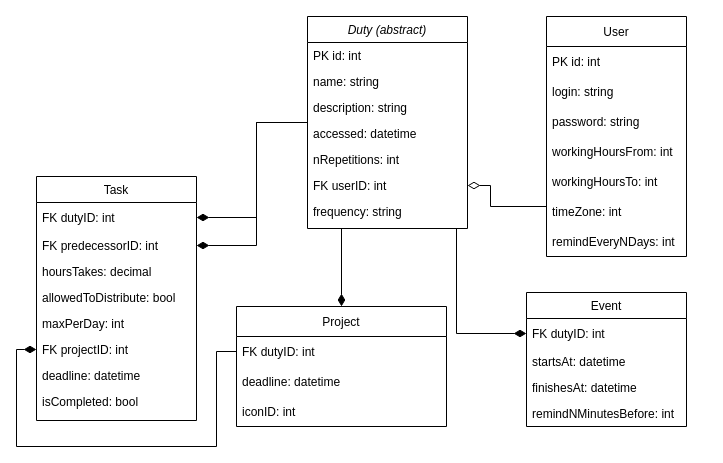
Before: ProjFiles/DBDiagram.drawio in eukuz/ChadWebCalendar, a draw.io diagram. Source tidied: cells renumbered, new cells numbered last; positions are measured from the earlier drawing's top-left corner, leaving out a move shared by most shapes. Both pictures are drawn from the tidied source at 100%, with x=0, y=0 at pixel (16, 16).
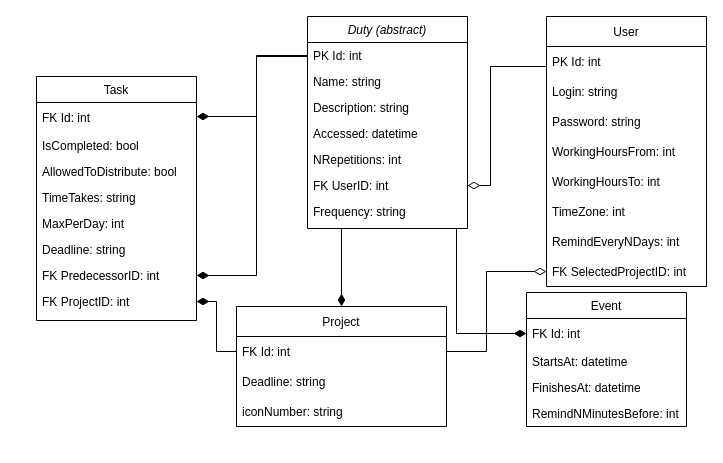
Above is the later version.

Unchanged cells that the change refers to:
```xml
<mxCell id="13" value="Event" style="swimlane;fontStyle=0;align=center;verticalAlign=top;horizontal=1;startSize=26;rounded=0;shadow=0;strokeWidth=1;" parent="1" vertex="1">
  <mxGeometry x="510" y="276" width="160" height="134" as="geometry" />
</mxCell>
<mxCell id="19" value="Duty (abstract)" style="swimlane;fontStyle=2;align=center;verticalAlign=top;horizontal=1;startSize=26;rounded=0;shadow=0;strokeWidth=1;" parent="1" vertex="1">
  <mxGeometry x="291" width="160" height="212" as="geometry" />
</mxCell>
<mxCell id="28" value="Project" style="swimlane;fontStyle=0;horizontal=1;startSize=30;" parent="1" vertex="1">
  <mxGeometry x="220" y="290" width="210" height="120" as="geometry" />
</mxCell>
```

What changed in the source:
```diff
@@
-    <mxCell id="3" style="endArrow=none;endSize=10;endFill=0;shadow=0;strokeWidth=1;rounded=0;edgeStyle=orthogonalEdgeStyle;elbow=vertical;startArrow=diamondThin;startFill=1;orthogonal=1;startSize=10;exitX=1;exitY=0.5;exitDx=0;exitDy=0;" parent="1" edge="1" source="5" target="19">
-      <mxGeometry relative="1" as="geometry">
-        <Array as="points">
-          <mxPoint x="240" y="201" />
-          <mxPoint x="240" y="106" />
-        </Array>
-      </mxGeometry>
-    </mxCell>
     <mxCell id="4" value="Task" style="swimlane;fontStyle=0;align=center;verticalAlign=top;horizontal=1;startSize=26;rounded=0;shadow=0;strokeWidth=1;" parent="1" vertex="1">
-      <mxGeometry x="20" y="160" width="160" height="244" as="geometry" />
+      <mxGeometry x="20" y="60" width="160" height="244" as="geometry" />
     </mxCell>
-    <mxCell id="5" value="FK dutyID: int" style="text;strokeColor=none;fillColor=none;align=left;verticalAlign=middle;spacingLeft=4;spacingRight=4;overflow=hidden;points=[[0,0.5],[1,0.5]];portConstraint=eastwest;" parent="4" vertex="1">
+    <mxCell id="5" value="FK Id: int" style="text;strokeColor=none;fillColor=none;align=left;verticalAlign=middle;spacingLeft=4;spacingRight=4;overflow=hidden;points=[[0,0.5],[1,0.5]];portConstraint=eastwest;" parent="4" vertex="1">
       <mxGeometry y="26" width="160" height="30" as="geometry" />
     </mxCell>
+    <mxCell id="12" value="IsCompleted: bool" style="text;align=left;verticalAlign=top;spacingLeft=4;spacingRight=4;overflow=hidden;rounded=0;shadow=0;html=0;" parent="4" vertex="1">
+      <mxGeometry y="56" width="160" height="26" as="geometry" />
+    </mxCell>
+    <mxCell id="8" value="AllowedToDistribute: bool" style="text;align=left;verticalAlign=top;spacingLeft=4;spacingRight=4;overflow=hidden;rounded=0;shadow=0;html=0;" parent="4" vertex="1">
+      <mxGeometry y="82" width="160" height="26" as="geometry" />
+    </mxCell>
+    <mxCell id="7" value="TimeTakes: string" style="text;align=left;verticalAlign=top;spacingLeft=4;spacingRight=4;overflow=hidden;rounded=0;shadow=0;html=0;" parent="4" vertex="1">
+      <mxGeometry y="108" width="160" height="26" as="geometry" />
+    </mxCell>
+    <mxCell id="9" value="MaxPerDay: int" style="text;align=left;verticalAlign=top;spacingLeft=4;spacingRight=4;overflow=hidden;rounded=0;shadow=0;html=0;" parent="4" vertex="1">
+      <mxGeometry y="134" width="160" height="26" as="geometry" />
+    </mxCell>
+    <mxCell id="11" value="Deadline: string" style="text;align=left;verticalAlign=top;spacingLeft=4;spacingRight=4;overflow=hidden;rounded=0;shadow=0;html=0;" parent="4" vertex="1">
+      <mxGeometry y="160" width="160" height="26" as="geometry" />
+    </mxCell>
-    <mxCell id="6" value="FK predecessorID: int" style="text;align=left;verticalAlign=top;spacingLeft=4;spacingRight=4;overflow=hidden;points=[[0,0.5],[1,0.5]];portConstraint=eastwest;rounded=0;shadow=0;html=0;" parent="4" vertex="1">
-      <mxGeometry y="56" width="160" height="26" as="geometry" />
+    <mxCell id="6" value="FK PredecessorID: int" style="text;align=left;verticalAlign=top;spacingLeft=4;spacingRight=4;overflow=hidden;points=[[0,0.5],[1,0.5]];portConstraint=eastwest;rounded=0;shadow=0;html=0;" parent="4" vertex="1">
+      <mxGeometry y="186" width="160" height="26" as="geometry" />
     </mxCell>
-    <mxCell id="7" value="hoursTakes: decimal" style="text;align=left;verticalAlign=top;spacingLeft=4;spacingRight=4;overflow=hidden;rounded=0;shadow=0;html=0;" parent="4" vertex="1">
-      <mxGeometry y="82" width="160" height="26" as="geometry" />
-    </mxCell>
-    <mxCell id="8" value="allowedToDistribute: bool" style="text;align=left;verticalAlign=top;spacingLeft=4;spacingRight=4;overflow=hidden;rounded=0;shadow=0;html=0;" parent="4" vertex="1">
-      <mxGeometry y="108" width="160" height="26" as="geometry" />
-    </mxCell>
-    <mxCell id="9" value="maxPerDay: int" style="text;align=left;verticalAlign=top;spacingLeft=4;spacingRight=4;overflow=hidden;rounded=0;shadow=0;html=0;" parent="4" vertex="1">
-      <mxGeometry y="134" width="160" height="26" as="geometry" />
-    </mxCell>
-    <mxCell id="10" value="FK projectID: int " style="text;align=left;verticalAlign=top;spacingLeft=4;spacingRight=4;overflow=hidden;points=[[0,0.5],[1,0.5]];portConstraint=eastwest;rounded=0;shadow=0;html=0;" parent="4" vertex="1">
-      <mxGeometry y="160" width="160" height="26" as="geometry" />
+    <mxCell id="10" value="FK ProjectID: int " style="text;align=left;verticalAlign=top;spacingLeft=4;spacingRight=4;overflow=hidden;points=[[0,0.5],[1,0.5]];portConstraint=eastwest;rounded=0;shadow=0;html=0;" parent="4" vertex="1">
+      <mxGeometry y="212" width="160" height="26" as="geometry" />
     </mxCell>
-    <mxCell id="11" value="deadline: datetime" style="text;align=left;verticalAlign=top;spacingLeft=4;spacingRight=4;overflow=hidden;rounded=0;shadow=0;html=0;" parent="4" vertex="1">
-      <mxGeometry y="186" width="160" height="26" as="geometry" />
-    </mxCell>
-    <mxCell id="12" value="isCompleted: bool" style="text;align=left;verticalAlign=top;spacingLeft=4;spacingRight=4;overflow=hidden;rounded=0;shadow=0;html=0;" parent="4" vertex="1">
-      <mxGeometry y="212" width="160" height="26" as="geometry" />
-    </mxCell>
@@
-    <mxCell id="14" value="FK dutyID: int" style="text;strokeColor=none;fillColor=none;align=left;verticalAlign=middle;spacingLeft=4;spacingRight=4;overflow=hidden;points=[[0,0.5],[1,0.5]];portConstraint=eastwest;" parent="13" vertex="1">
+    <mxCell id="14" value="FK Id: int" style="text;strokeColor=none;fillColor=none;align=left;verticalAlign=middle;spacingLeft=4;spacingRight=4;overflow=hidden;points=[[0,0.5],[1,0.5]];portConstraint=eastwest;" parent="13" vertex="1">
       <mxGeometry y="26" width="160" height="30" as="geometry" />
     </mxCell>
-    <mxCell id="15" value="startsAt: datetime" style="text;align=left;verticalAlign=top;spacingLeft=4;spacingRight=4;overflow=hidden;rounded=0;shadow=0;html=0;" parent="13" vertex="1">
+    <mxCell id="15" value="StartsAt: datetime" style="text;align=left;verticalAlign=top;spacingLeft=4;spacingRight=4;overflow=hidden;rounded=0;shadow=0;html=0;" parent="13" vertex="1">
       <mxGeometry y="56" width="160" height="26" as="geometry" />
     </mxCell>
-    <mxCell id="16" value="finishesAt: datetime" style="text;align=left;verticalAlign=top;spacingLeft=4;spacingRight=4;overflow=hidden;rounded=0;shadow=0;html=0;" parent="13" vertex="1">
+    <mxCell id="16" value="FinishesAt: datetime" style="text;align=left;verticalAlign=top;spacingLeft=4;spacingRight=4;overflow=hidden;rounded=0;shadow=0;html=0;" parent="13" vertex="1">
       <mxGeometry y="82" width="160" height="26" as="geometry" />
     </mxCell>
-    <mxCell id="17" value="remindNMinutesBefore: int" style="text;align=left;verticalAlign=top;spacingLeft=4;spacingRight=4;overflow=hidden;rounded=0;shadow=0;html=0;" parent="13" vertex="1">
+    <mxCell id="17" value="RemindNMinutesBefore: int" style="text;align=left;verticalAlign=top;spacingLeft=4;spacingRight=4;overflow=hidden;rounded=0;shadow=0;html=0;" parent="13" vertex="1">
       <mxGeometry y="108" width="160" height="26" as="geometry" />
     </mxCell>
     <mxCell id="18" style="edgeStyle=orthogonalEdgeStyle;rounded=0;jettySize=auto;html=1;startArrow=none;startFill=0;endArrow=diamondThin;endFill=1;orthogonal=1;strokeWidth=1;endSize=10;startSize=10;" parent="1" edge="1" source="19" target="6">
       <mxGeometry relative="1" as="geometry">
         <Array as="points">
-          <mxPoint x="240" y="106" />
-          <mxPoint x="240" y="229" />
+          <mxPoint x="240" y="40" />
+          <mxPoint x="240" y="259" />
         </Array>
       </mxGeometry>
     </mxCell>
@@
-    <mxCell id="20" value="PK id: int" style="text;align=left;verticalAlign=top;spacingLeft=4;spacingRight=4;overflow=hidden;points=[[0,0.5],[1,0.5]];portConstraint=eastwest;rounded=0;shadow=0;html=0;" parent="19" vertex="1">
+    <mxCell id="20" value="PK Id: int" style="text;align=left;verticalAlign=top;spacingLeft=4;spacingRight=4;overflow=hidden;points=[[0,0.5],[1,0.5]];portConstraint=eastwest;rounded=0;shadow=0;html=0;" parent="19" vertex="1">
       <mxGeometry y="26" width="160" height="26" as="geometry" />
     </mxCell>
-    <mxCell id="21" value="name: string" style="text;align=left;verticalAlign=top;spacingLeft=4;spacingRight=4;overflow=hidden;rounded=0;shadow=0;html=0;" parent="19" vertex="1">
+    <mxCell id="21" value="Name: string" style="text;align=left;verticalAlign=top;spacingLeft=4;spacingRight=4;overflow=hidden;rounded=0;shadow=0;html=0;" parent="19" vertex="1">
       <mxGeometry y="52" width="160" height="26" as="geometry" />
     </mxCell>
-    <mxCell id="22" value="description: string" style="text;align=left;verticalAlign=top;spacingLeft=4;spacingRight=4;overflow=hidden;rounded=0;shadow=0;html=0;" parent="19" vertex="1">
+    <mxCell id="22" value="Description: string" style="text;align=left;verticalAlign=top;spacingLeft=4;spacingRight=4;overflow=hidden;rounded=0;shadow=0;html=0;" parent="19" vertex="1">
       <mxGeometry y="78" width="160" height="26" as="geometry" />
     </mxCell>
-    <mxCell id="23" value="accessed: datetime" style="text;align=left;verticalAlign=top;spacingLeft=4;spacingRight=4;overflow=hidden;rounded=0;shadow=0;html=0;" parent="19" vertex="1">
+    <mxCell id="23" value="Accessed: datetime" style="text;align=left;verticalAlign=top;spacingLeft=4;spacingRight=4;overflow=hidden;rounded=0;shadow=0;html=0;" parent="19" vertex="1">
       <mxGeometry y="104" width="160" height="26" as="geometry" />
     </mxCell>
-    <mxCell id="24" value="nRepetitions: int" style="text;align=left;verticalAlign=top;spacingLeft=4;spacingRight=4;overflow=hidden;rounded=0;shadow=0;html=0;" parent="19" vertex="1">
+    <mxCell id="24" value="NRepetitions: int" style="text;align=left;verticalAlign=top;spacingLeft=4;spacingRight=4;overflow=hidden;rounded=0;shadow=0;html=0;" parent="19" vertex="1">
       <mxGeometry y="130" width="160" height="26" as="geometry" />
     </mxCell>
-    <mxCell id="25" value="FK userID: int" style="text;align=left;verticalAlign=top;spacingLeft=4;spacingRight=4;overflow=hidden;points=[[0,0.5],[1,0.5]];portConstraint=eastwest;rounded=0;shadow=0;html=0;" parent="19" vertex="1">
+    <mxCell id="25" value="FK UserID: int" style="text;align=left;verticalAlign=top;spacingLeft=4;spacingRight=4;overflow=hidden;points=[[0,0.5],[1,0.5]];portConstraint=eastwest;rounded=0;shadow=0;html=0;" parent="19" vertex="1">
       <mxGeometry y="156" width="160" height="26" as="geometry" />
     </mxCell>
-    <mxCell id="26" value="frequency: string" style="text;align=left;verticalAlign=top;spacingLeft=4;spacingRight=4;overflow=hidden;rounded=0;shadow=0;html=0;" parent="19" vertex="1">
+    <mxCell id="26" value="Frequency: string" style="text;align=left;verticalAlign=top;spacingLeft=4;spacingRight=4;overflow=hidden;rounded=0;shadow=0;html=0;" parent="19" vertex="1">
       <mxGeometry y="182" width="160" height="26" as="geometry" />
     </mxCell>
@@
-    <mxCell id="29" value="FK dutyID: int" style="text;strokeColor=none;fillColor=none;align=left;verticalAlign=middle;spacingLeft=4;spacingRight=4;overflow=hidden;points=[[0,0.5],[1,0.5]];portConstraint=eastwest;" parent="28" vertex="1">
+    <mxCell id="29" value="FK Id: int" style="text;strokeColor=none;fillColor=none;align=left;verticalAlign=middle;spacingLeft=4;spacingRight=4;overflow=hidden;points=[[0,0.5],[1,0.5]];portConstraint=eastwest;" parent="28" vertex="1">
       <mxGeometry y="30" width="210" height="30" as="geometry" />
     </mxCell>
-    <mxCell id="30" value="deadline: datetime" style="text;strokeColor=none;fillColor=none;align=left;verticalAlign=middle;spacingLeft=4;spacingRight=4;overflow=hidden;" parent="28" vertex="1">
+    <mxCell id="30" value="Deadline: string" style="text;strokeColor=none;fillColor=none;align=left;verticalAlign=middle;spacingLeft=4;spacingRight=4;overflow=hidden;" parent="28" vertex="1">
       <mxGeometry y="60" width="210" height="30" as="geometry" />
     </mxCell>
-    <mxCell id="31" value="iconID: int" style="text;strokeColor=none;fillColor=none;align=left;verticalAlign=middle;spacingLeft=4;spacingRight=4;overflow=hidden;" parent="28" vertex="1">
+    <mxCell id="31" value="iconNumber: string" style="text;strokeColor=none;fillColor=none;align=left;verticalAlign=middle;spacingLeft=4;spacingRight=4;overflow=hidden;" parent="28" vertex="1">
       <mxGeometry y="90" width="210" height="30" as="geometry" />
     </mxCell>
     <mxCell id="32" value="User" style="swimlane;fontStyle=0;horizontal=1;startSize=30;" parent="1" vertex="1">
-      <mxGeometry x="530" width="140" height="240" as="geometry" />
+      <mxGeometry x="530" width="160" height="270" as="geometry" />
     </mxCell>
-    <mxCell id="33" value="PK id: int" style="text;strokeColor=none;fillColor=none;align=left;verticalAlign=middle;spacingLeft=4;spacingRight=4;overflow=hidden;" parent="32" vertex="1">
-      <mxGeometry y="30" width="140" height="30" as="geometry" />
+    <mxCell id="33" value="PK Id: int" style="text;strokeColor=none;fillColor=none;align=left;verticalAlign=middle;spacingLeft=4;spacingRight=4;overflow=hidden;" parent="32" vertex="1">
+      <mxGeometry y="30" width="160" height="30" as="geometry" />
     </mxCell>
-    <mxCell id="34" value="login: string" style="text;strokeColor=none;fillColor=none;align=left;verticalAlign=middle;spacingLeft=4;spacingRight=4;overflow=hidden;" parent="32" vertex="1">
-      <mxGeometry y="60" width="140" height="30" as="geometry" />
+    <mxCell id="34" value="Login: string" style="text;strokeColor=none;fillColor=none;align=left;verticalAlign=middle;spacingLeft=4;spacingRight=4;overflow=hidden;" parent="32" vertex="1">
+      <mxGeometry y="60" width="160" height="30" as="geometry" />
     </mxCell>
-    <mxCell id="35" value="password: string " style="text;strokeColor=none;fillColor=none;align=left;verticalAlign=middle;spacingLeft=4;spacingRight=4;overflow=hidden;" parent="32" vertex="1">
-      <mxGeometry y="90" width="140" height="30" as="geometry" />
+    <mxCell id="35" value="Password: string " style="text;strokeColor=none;fillColor=none;align=left;verticalAlign=middle;spacingLeft=4;spacingRight=4;overflow=hidden;" parent="32" vertex="1">
+      <mxGeometry y="90" width="160" height="30" as="geometry" />
     </mxCell>
-    <mxCell id="36" value="workingHoursFrom: int" style="text;strokeColor=none;fillColor=none;align=left;verticalAlign=middle;spacingLeft=4;spacingRight=4;overflow=hidden;" parent="32" vertex="1">
-      <mxGeometry y="120" width="140" height="30" as="geometry" />
+    <mxCell id="36" value="WorkingHoursFrom: int" style="text;strokeColor=none;fillColor=none;align=left;verticalAlign=middle;spacingLeft=4;spacingRight=4;overflow=hidden;" parent="32" vertex="1">
+      <mxGeometry y="120" width="160" height="30" as="geometry" />
     </mxCell>
-    <mxCell id="37" value="workingHoursTo: int" style="text;strokeColor=none;fillColor=none;align=left;verticalAlign=middle;spacingLeft=4;spacingRight=4;overflow=hidden;" parent="32" vertex="1">
-      <mxGeometry y="150" width="140" height="30" as="geometry" />
+    <mxCell id="37" value="WorkingHoursTo: int" style="text;strokeColor=none;fillColor=none;align=left;verticalAlign=middle;spacingLeft=4;spacingRight=4;overflow=hidden;" parent="32" vertex="1">
+      <mxGeometry y="150" width="160" height="30" as="geometry" />
     </mxCell>
-    <mxCell id="38" value="timeZone: int" style="text;strokeColor=none;fillColor=none;align=left;verticalAlign=middle;spacingLeft=4;spacingRight=4;overflow=hidden;" parent="32" vertex="1">
-      <mxGeometry y="180" width="140" height="30" as="geometry" />
+    <mxCell id="38" value="TimeZone: int" style="text;strokeColor=none;fillColor=none;align=left;verticalAlign=middle;spacingLeft=4;spacingRight=4;overflow=hidden;" parent="32" vertex="1">
+      <mxGeometry y="180" width="160" height="30" as="geometry" />
     </mxCell>
-    <mxCell id="39" value="remindEveryNDays: int" style="text;strokeColor=none;fillColor=none;align=left;verticalAlign=middle;spacingLeft=4;spacingRight=4;overflow=hidden;" parent="32" vertex="1">
-      <mxGeometry y="210" width="140" height="30" as="geometry" />
+    <mxCell id="39" value="RemindEveryNDays: int" style="text;strokeColor=none;fillColor=none;align=left;verticalAlign=middle;spacingLeft=4;spacingRight=4;overflow=hidden;" parent="32" vertex="1">
+      <mxGeometry y="210" width="160" height="30" as="geometry" />
     </mxCell>
+    <mxCell id="42" value="FK SelectedProjectID: int" style="text;strokeColor=none;fillColor=none;align=left;verticalAlign=middle;spacingLeft=4;spacingRight=4;overflow=hidden;points=[[0,0.5],[1,0.5]];portConstraint=eastwest;" parent="32" vertex="1">
+      <mxGeometry y="240" width="160" height="30" as="geometry" />
+    </mxCell>
     <mxCell id="40" style="edgeStyle=orthogonalEdgeStyle;rounded=0;jettySize=auto;html=1;startArrow=none;startFill=0;endArrow=diamondThin;endFill=0;endSize=10;strokeWidth=1;orthogonal=1;startSize=10;" parent="1" edge="1" source="32" target="25">
       <mxGeometry relative="1" as="geometry">
         <Array as="points">
-          <mxPoint x="474" y="190" />
+          <mxPoint x="474" y="50" />
           <mxPoint x="474" y="169" />
         </Array>
       </mxGeometry>
     </mxCell>
-    <mxCell id="41" style="edgeStyle=orthogonalEdgeStyle;rounded=0;jettySize=auto;html=1;exitX=0;exitY=0.5;exitDx=0;exitDy=0;entryX=0;entryY=0.5;entryDx=0;entryDy=0;startArrow=diamondThin;startFill=1;endArrow=none;endFill=0;startSize=10;endSize=10;strokeWidth=1;" parent="1" edge="1" source="10" target="29">
+    <mxCell id="41" style="edgeStyle=orthogonalEdgeStyle;rounded=0;jettySize=auto;html=1;exitX=1;exitY=0.5;exitDx=0;exitDy=0;entryX=0;entryY=0.5;entryDx=0;entryDy=0;startArrow=diamondThin;startFill=1;endArrow=none;endFill=0;startSize=10;endSize=10;strokeWidth=1;" parent="1" edge="1" source="10" target="29">
       <mxGeometry relative="1" as="geometry">
         <Array as="points">
-          <mxPoint y="333" />
-          <mxPoint y="430" />
-          <mxPoint x="200" y="430" />
+          <mxPoint x="200" y="285" />
           <mxPoint x="200" y="335" />
         </Array>
       </mxGeometry>
     </mxCell>
+    <mxCell id="43" style="endArrow=none;endSize=10;endFill=0;shadow=0;strokeWidth=1;rounded=0;edgeStyle=orthogonalEdgeStyle;elbow=vertical;startArrow=diamondThin;startFill=0;orthogonal=1;startSize=10;exitX=0;exitY=0.5;exitDx=0;exitDy=0;" parent="1" edge="1" source="42" target="29">
+      <mxGeometry relative="1" as="geometry">
+        <Array as="points">
+          <mxPoint x="470" y="255" />
+          <mxPoint x="470" y="335" />
+        </Array>
+      </mxGeometry>
+    </mxCell>
+    <mxCell id="44" style="edgeStyle=orthogonalEdgeStyle;rounded=0;jettySize=auto;html=1;startArrow=none;startFill=0;endArrow=diamondThin;endFill=1;orthogonal=1;strokeWidth=1;endSize=10;startSize=10;exitX=0;exitY=0.5;exitDx=0;exitDy=0;" parent="1" edge="1" source="20" target="5">
+      <mxGeometry relative="1" as="geometry">
+        <Array as="points">
+          <mxPoint x="240" y="39" />
+          <mxPoint x="240" y="100" />
+          <mxPoint x="160" y="100" />
+          <mxPoint x="160" y="101" />
+        </Array>
+      </mxGeometry>
+    </mxCell>
```
